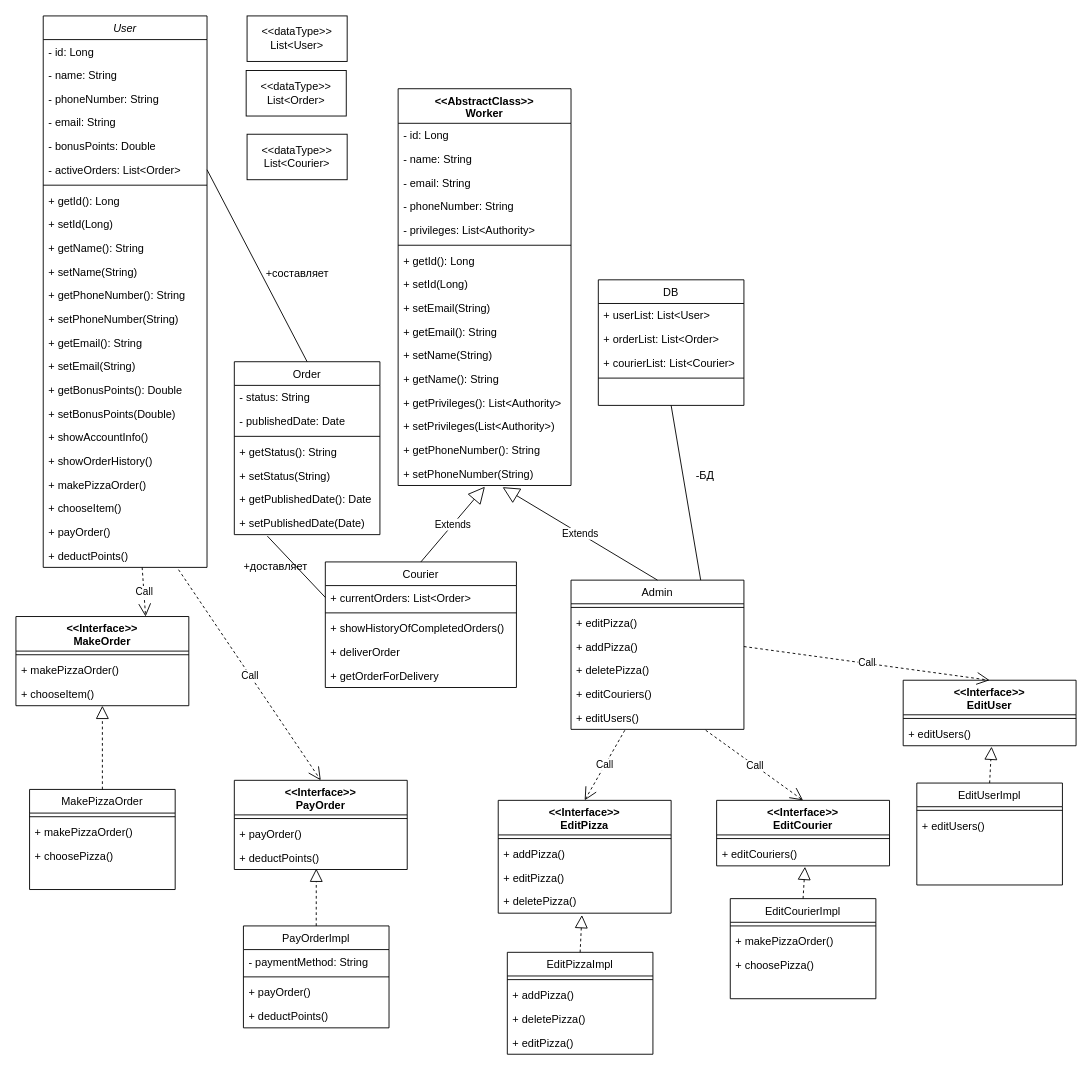
The draw.io diagram ДиаграммаКлассов.drawio in hard-gainer/UML, before the edit. Source tidied: cells renumbered, new cells numbered last; positions are measured from the earlier drawing's top-left corner, leaving out a move shared by most shapes. Both pictures are drawn from the tidied source at 91%, with x=0, y=0 at pixel (15, 15).
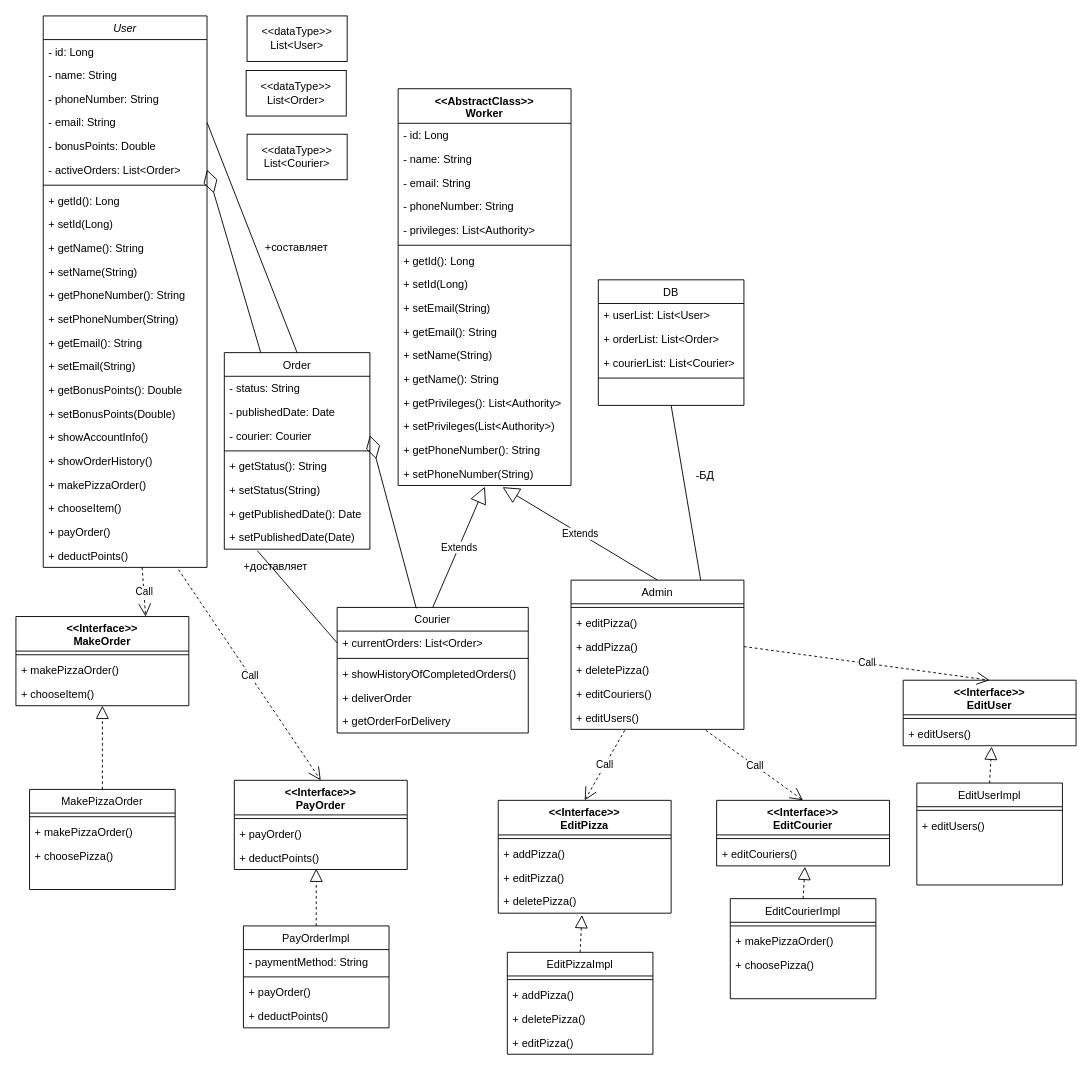
The same diagram, later.

Unchanged cells that the change refers to:
```xml
<mxCell id="6" value="- email: String" style="text;align=left;verticalAlign=top;spacingLeft=4;spacingRight=4;overflow=hidden;points=[[0,0.5],[1,0.5]];portConstraint=eastwest;rounded=0;shadow=0;html=0;" parent="2" vertex="1">
  <mxGeometry y="104" width="180" height="26" as="geometry" />
</mxCell>
<mxCell id="8" value="- activeOrders: List&lt;Order&gt;" style="text;align=left;verticalAlign=top;spacingLeft=4;spacingRight=4;overflow=hidden;points=[[0,0.5],[1,0.5]];portConstraint=eastwest;rounded=0;shadow=0;html=0;" parent="2" vertex="1">
  <mxGeometry y="156" width="180" height="26" as="geometry" />
</mxCell>
```

Diff of the diagram source:
```diff
@@
     <mxCell id="31" value="Order" style="swimlane;fontStyle=0;align=center;verticalAlign=top;horizontal=1;startSize=26;rounded=0;shadow=0;strokeWidth=1;" parent="1" vertex="1">
-      <mxGeometry x="240" y="380" width="160" height="190" as="geometry" />
+      <mxGeometry x="229" y="370" width="160" height="216" as="geometry" />
     </mxCell>
@@
+    <mxCell id="130" value="- courier: Courier" style="text;align=left;verticalAlign=top;spacingLeft=4;spacingRight=4;overflow=hidden;points=[[0,0.5],[1,0.5]];portConstraint=eastwest;" parent="31" vertex="1">
+      <mxGeometry y="78" width="160" height="26" as="geometry" />
+    </mxCell>
     <mxCell id="34" style="line;html=1;strokeWidth=1;align=left;verticalAlign=middle;spacingTop=-1;spacingLeft=3;spacingRight=3;labelPosition=right;" parent="31" vertex="1">
-      <mxGeometry y="78" width="160" height="8" as="geometry" />
+      <mxGeometry y="104" width="160" height="8" as="geometry" />
     </mxCell>
     <mxCell id="35" value="+ getStatus(): String" style="text;align=left;verticalAlign=top;spacingLeft=4;spacingRight=4;overflow=hidden;" parent="31" vertex="1">
-      <mxGeometry y="86" width="160" height="26" as="geometry" />
+      <mxGeometry y="112" width="160" height="26" as="geometry" />
     </mxCell>
     <mxCell id="36" value="+ setStatus(String)" style="text;align=left;verticalAlign=top;spacingLeft=4;spacingRight=4;overflow=hidden;" parent="31" vertex="1">
-      <mxGeometry y="112" width="160" height="26" as="geometry" />
+      <mxGeometry y="138" width="160" height="26" as="geometry" />
     </mxCell>
     <mxCell id="37" value="+ getPublishedDate(): Date" style="text;align=left;verticalAlign=top;spacingLeft=4;spacingRight=4;overflow=hidden;rounded=0;shadow=0;html=0;" parent="31" vertex="1">
-      <mxGeometry y="138" width="160" height="26" as="geometry" />
+      <mxGeometry y="164" width="160" height="26" as="geometry" />
     </mxCell>
     <mxCell id="38" value="+ setPublishedDate(Date)" style="text;align=left;verticalAlign=top;spacingLeft=4;spacingRight=4;overflow=hidden;points=[[0,0.5],[1,0.5]];portConstraint=eastwest;rounded=0;shadow=0;html=0;" parent="31" vertex="1">
-      <mxGeometry y="164" width="160" height="26" as="geometry" />
+      <mxGeometry y="190" width="160" height="26" as="geometry" />
     </mxCell>
@@
     <mxCell id="58" value="Courier" style="swimlane;fontStyle=0;align=center;verticalAlign=top;horizontal=1;startSize=26;rounded=0;shadow=0;strokeWidth=1;" parent="1" vertex="1">
-      <mxGeometry x="340" y="600" width="210" height="138" as="geometry" />
+      <mxGeometry x="353" y="650" width="210" height="138" as="geometry" />
     </mxCell>
@@
-    <mxCell id="93" style="endArrow=none;html=1;rounded=0;exitX=0.5;exitY=0;exitDx=0;exitDy=0;entryX=1;entryY=0.5;entryDx=0;entryDy=0;" parent="1" edge="1" source="31" target="8">
+    <mxCell id="93" style="endArrow=none;html=1;rounded=0;exitX=0.5;exitY=0;exitDx=0;exitDy=0;entryX=1;entryY=0.5;entryDx=0;entryDy=0;" parent="1" edge="1" source="31" target="6">
       <mxGeometry relative="1" as="geometry" />
     </mxCell>
     <mxCell id="94" value="+cоставляет" style="text;html=1;align=center;verticalAlign=middle;strokeColor=none;fillColor=none;" parent="1" vertex="1">
-      <mxGeometry x="264" y="268" width="90" height="30" as="geometry" />
+      <mxGeometry x="263" y="240" width="90" height="30" as="geometry" />
     </mxCell>
@@
+    <mxCell id="131" style="endArrow=diamondThin;endFill=0;endSize=24;html=1;rounded=0;exitX=0.25;exitY=0;exitDx=0;exitDy=0;entryX=1;entryY=0.5;entryDx=0;entryDy=0;" parent="1" edge="1" source="31" target="8">
+      <mxGeometry relative="1" as="geometry" />
+    </mxCell>
+    <mxCell id="132" style="endArrow=diamondThin;endFill=0;endSize=24;html=1;rounded=0;exitX=0.414;exitY=0.007;exitDx=0;exitDy=0;entryX=1;entryY=0.5;entryDx=0;entryDy=0;exitPerimeter=0;" parent="1" edge="1" source="58" target="130">
+      <mxGeometry relative="1" as="geometry" />
+    </mxCell>
```
